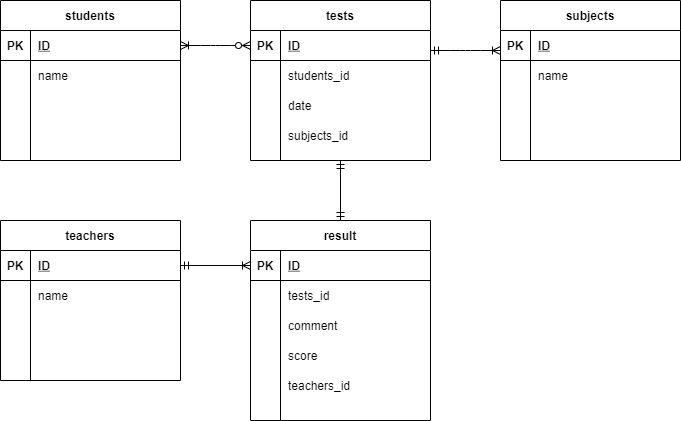
Above: index.drawio.png in hisad/coachtech_DB (draw.io), before the change. Source tidied: cells renumbered, new cells last; positions are measured from the earlier drawing's top-left corner, leaving out a move shared by most shapes.
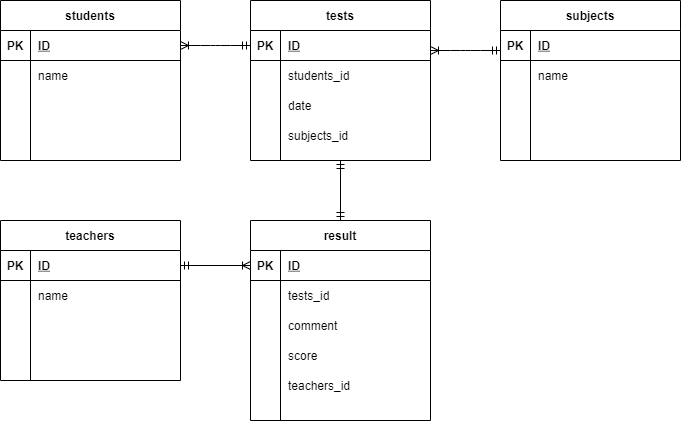
Later version of the same file.

Diff of the diagram source:
```diff
@@ -119,7 +119,7 @@
     <mxCell id="40" value="subjects_id" style="shape=partialRectangle;fillColor=none;top=0;left=0;bottom=0;right=0;align=left;spacingLeft=6;overflow=hidden;" parent="38" vertex="1">
       <mxGeometry x="30" width="150" height="30" as="geometry" />
     </mxCell>
-    <mxCell id="41" style="edgeStyle=entityRelationEdgeStyle;fontSize=12;html=1;endArrow=ERzeroToMany;exitX=1;exitY=0.5;exitDx=0;exitDy=0;entryX=0;entryY=0.5;entryDx=0;entryDy=0;endFill=1;startArrow=ERoneToMany;startFill=0;" parent="1" edge="1" source="3" target="29">
+    <mxCell id="41" style="edgeStyle=entityRelationEdgeStyle;fontSize=12;html=1;endArrow=ERmandOne;exitX=1;exitY=0.5;exitDx=0;exitDy=0;entryX=0;entryY=0.5;entryDx=0;entryDy=0;endFill=0;startArrow=ERoneToMany;startFill=0;" parent="1" edge="1" source="3" target="29">
       <mxGeometry relative="1" as="geometry" />
     </mxCell>
     <mxCell id="42" value="result" style="shape=table;startSize=30;rowLines=0;fontStyle=1;align=center;" parent="1" vertex="1">
@@ -203,7 +203,7 @@
     <mxCell id="68" style="shape=partialRectangle;fillColor=none;top=0;left=0;bottom=0;right=0;align=left;spacingLeft=6;overflow=hidden;" parent="66" vertex="1">
       <mxGeometry x="30" width="150" height="30" as="geometry" />
     </mxCell>
-    <mxCell id="69" style="edgeStyle=entityRelationEdgeStyle;fontSize=12;html=1;endArrow=ERoneToMany;exitX=1;exitY=0.5;exitDx=0;exitDy=0;entryX=0;entryY=0.5;entryDx=0;entryDy=0;endFill=0;startArrow=ERmandOne;startFill=0;" parent="1" edge="1">
+    <mxCell id="69" style="edgeStyle=entityRelationEdgeStyle;fontSize=12;html=1;endArrow=ERmandOne;exitX=1;exitY=0.5;exitDx=0;exitDy=0;entryX=0;entryY=0.5;entryDx=0;entryDy=0;endFill=0;startArrow=ERoneToMany;startFill=0;" parent="1" edge="1">
       <mxGeometry relative="1" as="geometry">
         <mxPoint x="430" y="50" as="sourcePoint" />
         <mxPoint x="500" y="50" as="targetPoint" />
```
